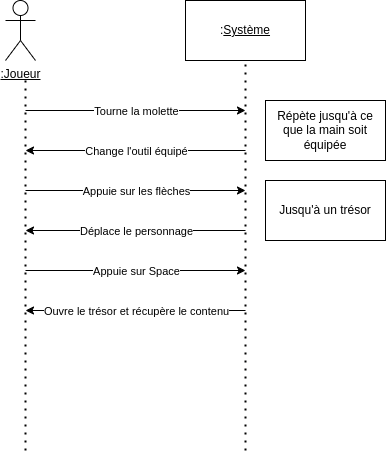
Above: doc/Diagrammes/Diagramme_séquence_trésor.png in laisnmat/kotlin-game (draw.io), before the change. Source tidied: cells renumbered, new cells last; positions are measured from the earlier drawing's top-left corner, leaving out a move shared by most shapes. The source it was exported from:
```xml
<mxGraphModel>
  <root>
    <mxCell id="0" />
    <mxCell id="1" parent="0" />
    <mxCell id="2" value="&lt;u&gt;:Joueur&lt;/u&gt;" style="shape=umlActor;verticalLabelPosition=bottom;verticalAlign=top;html=1;" parent="1" vertex="1">
      <mxGeometry width="30" height="60" as="geometry" />
    </mxCell>
    <mxCell id="3" value=":&lt;u&gt;Système&lt;/u&gt;" style="rounded=0;whiteSpace=wrap;html=1;" parent="1" vertex="1">
      <mxGeometry x="180" width="120" height="60" as="geometry" />
    </mxCell>
    <mxCell id="4" style="endArrow=none;dashed=1;html=1;dashPattern=1 3;strokeWidth=2;rounded=0;entryX=0.5;entryY=1;entryDx=0;entryDy=0;" parent="1" edge="1" target="3">
      <mxGeometry relative="1" as="geometry">
        <mxPoint x="240" y="450" as="sourcePoint" />
      </mxGeometry>
    </mxCell>
    <mxCell id="5" style="endArrow=none;dashed=1;html=1;dashPattern=1 3;strokeWidth=2;rounded=0;" parent="1" edge="1">
      <mxGeometry relative="1" as="geometry">
        <mxPoint x="20" y="450" as="sourcePoint" />
        <mxPoint x="20" y="80" as="targetPoint" />
      </mxGeometry>
    </mxCell>
    <mxCell id="6" style="endArrow=classic;html=1;rounded=0;" parent="1" edge="1">
      <mxGeometry relative="1" as="geometry">
        <mxPoint x="20" y="110" as="sourcePoint" />
        <mxPoint x="240" y="110" as="targetPoint" />
      </mxGeometry>
    </mxCell>
    <mxCell id="7" value="Tourne la molette" style="edgeLabel;html=1;align=center;verticalAlign=middle;" parent="6" vertex="1">
      <mxGeometry relative="1" as="geometry" />
    </mxCell>
    <mxCell id="8" style="endArrow=classic;html=1;rounded=0;" parent="1" edge="1">
      <mxGeometry relative="1" as="geometry">
        <mxPoint x="240" y="150" as="sourcePoint" />
        <mxPoint x="20" y="150" as="targetPoint" />
      </mxGeometry>
    </mxCell>
    <mxCell id="9" value="Change l'outil équipé" style="edgeLabel;html=1;align=center;verticalAlign=middle;" parent="8" vertex="1">
      <mxGeometry relative="1" as="geometry" />
    </mxCell>
    <mxCell id="10" value="Répète jusqu'à ce que la main soit équipée" style="rounded=0;whiteSpace=wrap;html=1;" parent="1" vertex="1">
      <mxGeometry x="260" y="100" width="120" height="60" as="geometry" />
    </mxCell>
    <mxCell id="11" style="endArrow=classic;html=1;rounded=0;" parent="1" edge="1">
      <mxGeometry relative="1" as="geometry">
        <mxPoint x="20" y="190" as="sourcePoint" />
        <mxPoint x="240" y="190" as="targetPoint" />
      </mxGeometry>
    </mxCell>
    <mxCell id="12" value="Appuie sur les flèches" style="edgeLabel;html=1;align=center;verticalAlign=middle;" parent="11" vertex="1">
      <mxGeometry relative="1" as="geometry" />
    </mxCell>
    <mxCell id="13" style="endArrow=classic;html=1;rounded=0;" parent="1" edge="1">
      <mxGeometry relative="1" as="geometry">
        <mxPoint x="240" y="230" as="sourcePoint" />
        <mxPoint x="20" y="230" as="targetPoint" />
      </mxGeometry>
    </mxCell>
    <mxCell id="14" value="Déplace le personnage" style="edgeLabel;html=1;align=center;verticalAlign=middle;" parent="13" vertex="1">
      <mxGeometry relative="1" as="geometry" />
    </mxCell>
    <mxCell id="15" value="Jusqu'à un trésor" style="rounded=0;whiteSpace=wrap;html=1;" parent="1" vertex="1">
      <mxGeometry x="260" y="180" width="120" height="60" as="geometry" />
    </mxCell>
    <mxCell id="16" style="endArrow=classic;html=1;rounded=0;" parent="1" edge="1">
      <mxGeometry relative="1" as="geometry">
        <mxPoint x="20" y="270" as="sourcePoint" />
        <mxPoint x="240" y="270" as="targetPoint" />
      </mxGeometry>
    </mxCell>
    <mxCell id="17" value="Appuie sur Space" style="edgeLabel;html=1;align=center;verticalAlign=middle;" parent="16" vertex="1">
      <mxGeometry relative="1" as="geometry" />
    </mxCell>
    <mxCell id="18" style="endArrow=classic;html=1;rounded=0;" parent="1" edge="1">
      <mxGeometry relative="1" as="geometry">
        <mxPoint x="240" y="310" as="sourcePoint" />
        <mxPoint x="20" y="310" as="targetPoint" />
      </mxGeometry>
    </mxCell>
    <mxCell id="19" value="Ouvre le trésor et récupère le contenu" style="edgeLabel;html=1;align=center;verticalAlign=middle;" parent="18" vertex="1">
      <mxGeometry relative="1" as="geometry" />
    </mxCell>
  </root>
</mxGraphModel>
```
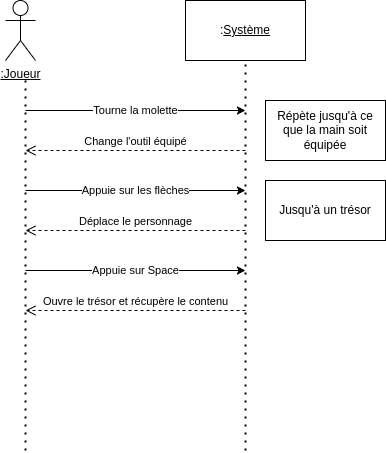
Above is the later version.

Commit message:
Mise à jour diagramme de séquence

Diff of the diagram source:
```diff
@@ -28,15 +28,6 @@
     <mxCell id="7" value="Tourne la molette" style="edgeLabel;html=1;align=center;verticalAlign=middle;" parent="6" vertex="1">
       <mxGeometry relative="1" as="geometry" />
     </mxCell>
-    <mxCell id="8" style="endArrow=classic;html=1;rounded=0;" parent="1" edge="1">
-      <mxGeometry relative="1" as="geometry">
-        <mxPoint x="240" y="150" as="sourcePoint" />
-        <mxPoint x="20" y="150" as="targetPoint" />
-      </mxGeometry>
-    </mxCell>
-    <mxCell id="9" value="Change l'outil équipé" style="edgeLabel;html=1;align=center;verticalAlign=middle;" parent="8" vertex="1">
-      <mxGeometry relative="1" as="geometry" />
-    </mxCell>
     <mxCell id="10" value="Répète jusqu'à ce que la main soit équipée" style="rounded=0;whiteSpace=wrap;html=1;" parent="1" vertex="1">
       <mxGeometry x="260" y="100" width="120" height="60" as="geometry" />
     </mxCell>
@@ -49,15 +40,6 @@
     <mxCell id="12" value="Appuie sur les flèches" style="edgeLabel;html=1;align=center;verticalAlign=middle;" parent="11" vertex="1">
       <mxGeometry relative="1" as="geometry" />
     </mxCell>
-    <mxCell id="13" style="endArrow=classic;html=1;rounded=0;" parent="1" edge="1">
-      <mxGeometry relative="1" as="geometry">
-        <mxPoint x="240" y="230" as="sourcePoint" />
-        <mxPoint x="20" y="230" as="targetPoint" />
-      </mxGeometry>
-    </mxCell>
-    <mxCell id="14" value="Déplace le personnage" style="edgeLabel;html=1;align=center;verticalAlign=middle;" parent="13" vertex="1">
-      <mxGeometry relative="1" as="geometry" />
-    </mxCell>
     <mxCell id="15" value="Jusqu'à un trésor" style="rounded=0;whiteSpace=wrap;html=1;" parent="1" vertex="1">
       <mxGeometry x="260" y="180" width="120" height="60" as="geometry" />
     </mxCell>
@@ -70,14 +52,23 @@
     <mxCell id="17" value="Appuie sur Space" style="edgeLabel;html=1;align=center;verticalAlign=middle;" parent="16" vertex="1">
       <mxGeometry relative="1" as="geometry" />
     </mxCell>
-    <mxCell id="18" style="endArrow=classic;html=1;rounded=0;" parent="1" edge="1">
-      <mxGeometry relative="1" as="geometry">
-        <mxPoint x="240" y="310" as="sourcePoint" />
-        <mxPoint x="20" y="310" as="targetPoint" />
-      </mxGeometry>
-    </mxCell>
-    <mxCell id="19" value="Ouvre le trésor et récupère le contenu" style="edgeLabel;html=1;align=center;verticalAlign=middle;" parent="18" vertex="1">
-      <mxGeometry relative="1" as="geometry" />
+    <mxCell id="19" value="Ouvre le trésor et récupère le contenu" style="html=1;verticalAlign=bottom;endArrow=open;dashed=1;endSize=8;curved=0;rounded=0;" parent="1" edge="1">
+      <mxGeometry relative="1" as="geometry">
+        <mxPoint x="240" y="310" as="sourcePoint" />
+        <mxPoint x="20" y="310" as="targetPoint" />
+      </mxGeometry>
     </mxCell>
+    <mxCell id="14" value="Déplace le personnage" style="html=1;verticalAlign=bottom;endArrow=open;dashed=1;endSize=8;curved=0;rounded=0;" parent="1" edge="1">
+      <mxGeometry relative="1" as="geometry">
+        <mxPoint x="240" y="230" as="sourcePoint" />
+        <mxPoint x="20" y="230" as="targetPoint" />
+      </mxGeometry>
+    </mxCell>
+    <mxCell id="9" value="Change l'outil équipé" style="html=1;verticalAlign=bottom;endArrow=open;dashed=1;endSize=8;curved=0;rounded=0;" parent="1" edge="1">
+      <mxGeometry relative="1" as="geometry">
+        <mxPoint x="240" y="150" as="sourcePoint" />
+        <mxPoint x="20" y="150" as="targetPoint" />
+      </mxGeometry>
+    </mxCell>
   </root>
 </mxGraphModel>
```
